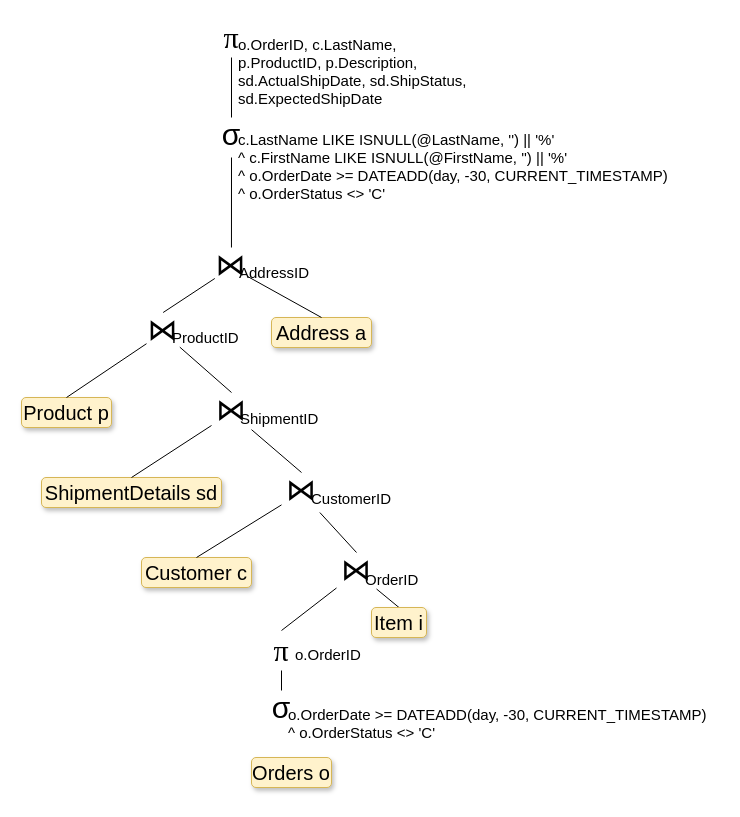
Before: page "TH 2: tuning" (4 of 4) of SQLTurning.drawio in nguyenhuy158/diagrams, a draw.io diagram. Source tidied: cells renumbered, new cells numbered last; positions are measured from the earlier drawing's top-left corner, leaving out a move shared by most shapes. Both pictures are drawn from the tidied source at 100%, with x=0, y=0 at pixel (21, 17).
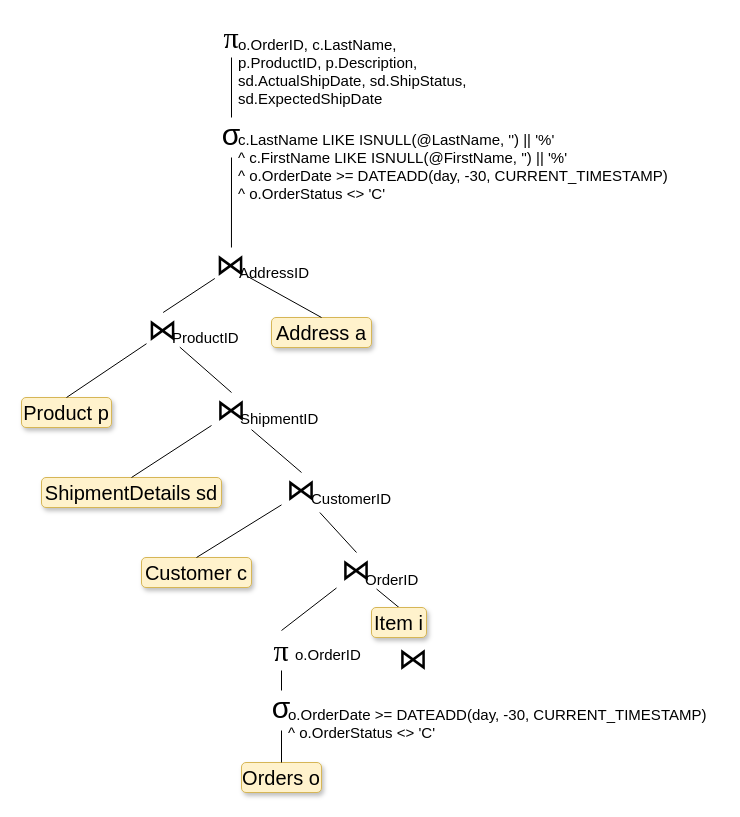
The same page after the edit.

Unchanged cells that the change refers to:
```xml
<mxCell id="45" value="σ&lt;sub&gt;&lt;br&gt;&lt;/sub&gt;" style="text;html=1;strokeColor=none;fillColor=none;align=center;verticalAlign=middle;whiteSpace=wrap;rounded=0;fontSize=30;" parent="1" vertex="1">
  <mxGeometry x="240" y="673" width="40" height="40" as="geometry" />
</mxCell>
```

What changed in the source:
```diff
@@
     <mxCell id="4" value="&lt;div style=&quot;font-size: 20px;&quot;&gt;Orders o&lt;br style=&quot;font-size: 20px;&quot;&gt;&lt;/div&gt;" style="text;html=1;strokeColor=#d6b656;fillColor=#fff2cc;align=center;verticalAlign=middle;whiteSpace=wrap;rounded=1;fontSize=20;shadow=1;sketch=0;glass=0;" parent="1" vertex="1">
-      <mxGeometry x="230" y="740" width="80" height="30" as="geometry" />
+      <mxGeometry x="220" y="745" width="80" height="30" as="geometry" />
     </mxCell>
@@
+    <mxCell id="47" style="rounded=0;jettySize=auto;html=1;endArrow=none;endFill=0;" parent="1" edge="1" source="45" target="4">
+      <mxGeometry relative="1" as="geometry" />
+    </mxCell>
@@
+    <mxCell id="48" value="⋈&lt;sub&gt;&lt;br&gt;&lt;/sub&gt;" style="text;html=1;strokeColor=none;fillColor=none;align=center;verticalAlign=middle;whiteSpace=wrap;rounded=0;fontSize=30;" parent="1" vertex="1">
+      <mxGeometry x="372" y="624" width="40" height="40" as="geometry" />
+    </mxCell>
```
